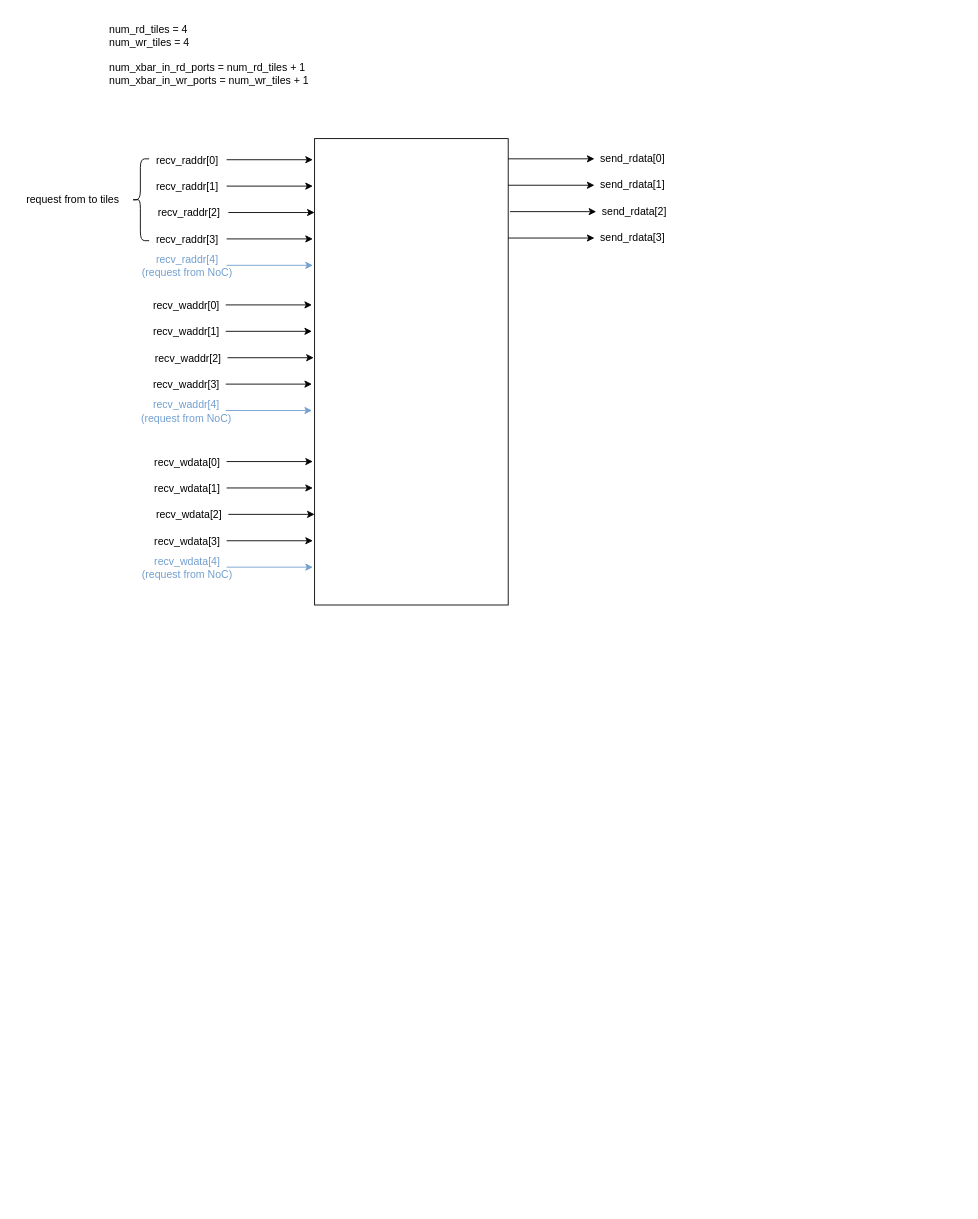
Before: page "DataMemWithCrossbarRTL" (10 of 10) of Untitled Diagram.drawio in yuqisun/notes, a draw.io diagram. Source tidied: cells renumbered, new cells numbered last; positions are measured from the earlier drawing's top-left corner, leaving out a move shared by most shapes. Both pictures are drawn from the tidied source at 88%, with x=0, y=0 at pixel (15, 15).
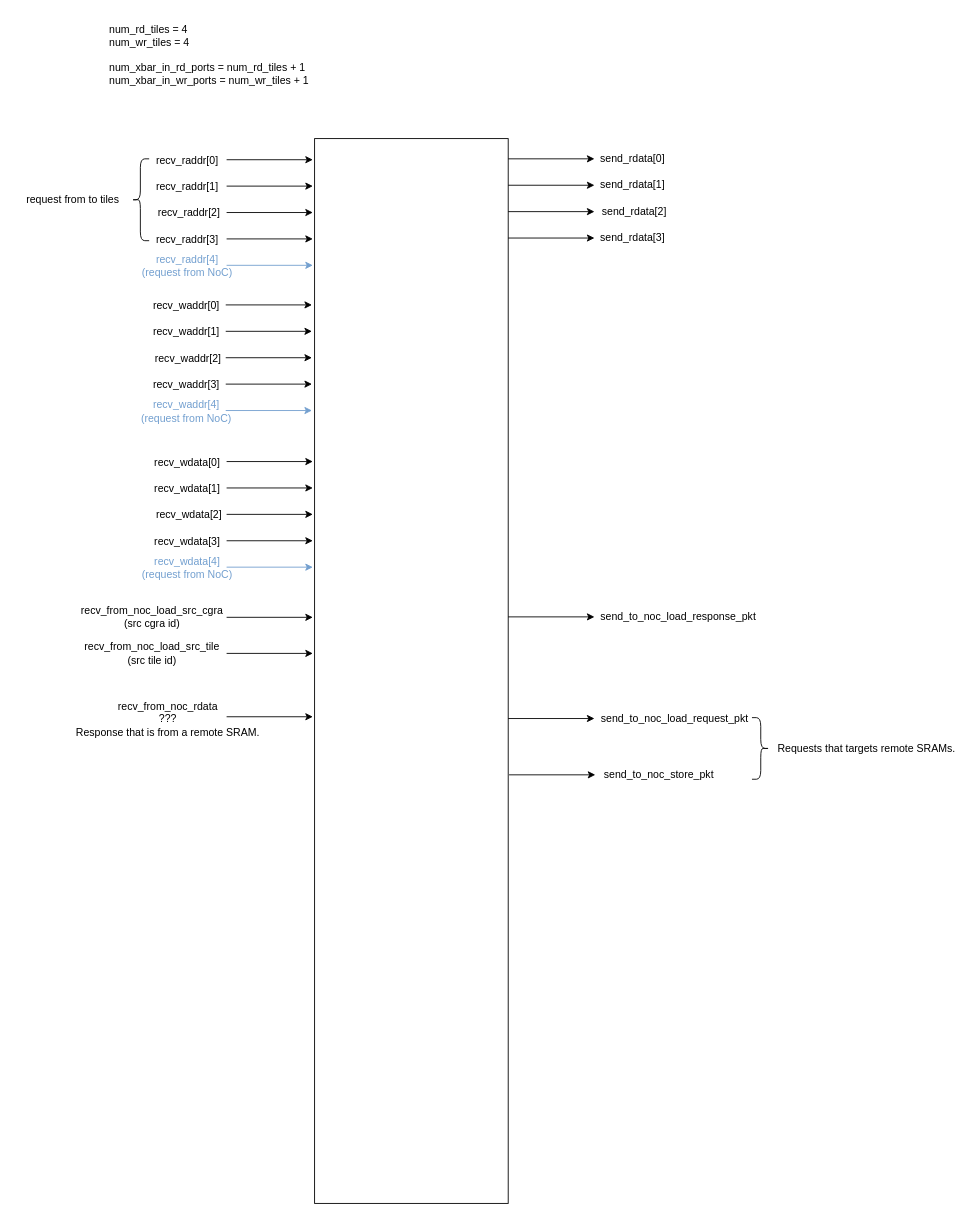
Above is the later version.

What changed in the source:
```diff
@@
     <mxCell id="3" style="rounded=0;whiteSpace=wrap;html=1;" parent="1" vertex="1">
-      <mxGeometry x="340" y="140" width="220" height="530" as="geometry" />
+      <mxGeometry x="340" y="140" width="220" height="1210" as="geometry" />
     </mxCell>
@@
     <mxCell id="7" style="endArrow=classic;html=1;rounded=0;entryX=-0.009;entryY=0.136;entryDx=0;entryDy=0;entryPerimeter=0;" parent="1" edge="1">
       <mxGeometry relative="1" as="geometry">
-        <mxPoint x="242" y="224" as="sourcePoint" />
-        <mxPoint x="340" y="224" as="targetPoint" />
+        <mxPoint x="240" y="224" as="sourcePoint" />
+        <mxPoint x="338" y="224" as="targetPoint" />
       </mxGeometry>
     </mxCell>
@@
     <mxCell id="19" style="endArrow=classic;html=1;rounded=0;entryX=-0.009;entryY=0.136;entryDx=0;entryDy=0;entryPerimeter=0;" parent="1" edge="1">
       <mxGeometry relative="1" as="geometry">
-        <mxPoint x="241" y="389" as="sourcePoint" />
-        <mxPoint x="339" y="389" as="targetPoint" />
+        <mxPoint x="239" y="389" as="sourcePoint" />
+        <mxPoint x="337" y="389" as="targetPoint" />
       </mxGeometry>
     </mxCell>
@@
     <mxCell id="29" style="endArrow=classic;html=1;rounded=0;entryX=-0.009;entryY=0.136;entryDx=0;entryDy=0;entryPerimeter=0;" parent="1" edge="1">
       <mxGeometry relative="1" as="geometry">
-        <mxPoint x="242" y="567" as="sourcePoint" />
-        <mxPoint x="340" y="567" as="targetPoint" />
+        <mxPoint x="240" y="567" as="sourcePoint" />
+        <mxPoint x="338" y="567" as="targetPoint" />
       </mxGeometry>
     </mxCell>
@@
     <mxCell id="39" style="endArrow=classic;html=1;rounded=0;entryX=-0.009;entryY=0.136;entryDx=0;entryDy=0;entryPerimeter=0;" parent="1" edge="1">
       <mxGeometry relative="1" as="geometry">
-        <mxPoint x="562" y="223" as="sourcePoint" />
-        <mxPoint x="660" y="223" as="targetPoint" />
+        <mxPoint x="560" y="223" as="sourcePoint" />
+        <mxPoint x="658" y="223" as="targetPoint" />
       </mxGeometry>
     </mxCell>
@@
+    <mxCell id="44" style="endArrow=classic;html=1;rounded=0;entryX=-0.009;entryY=0.136;entryDx=0;entryDy=0;entryPerimeter=0;" parent="1" edge="1">
+      <mxGeometry relative="1" as="geometry">
+        <mxPoint x="240" y="684" as="sourcePoint" />
+        <mxPoint x="338" y="684" as="targetPoint" />
+      </mxGeometry>
+    </mxCell>
+    <mxCell id="45" value="&lt;div&gt;recv_from_noc_load_src_cgra&lt;/div&gt;&lt;div&gt;(src cgra id)&lt;/div&gt;" style="text;html=1;align=center;verticalAlign=middle;strokeColor=none;fillColor=none;" parent="1" vertex="1">
+      <mxGeometry x="65" y="664" width="180" height="40" as="geometry" />
+    </mxCell>
+    <mxCell id="46" style="endArrow=classic;html=1;rounded=0;entryX=-0.009;entryY=0.136;entryDx=0;entryDy=0;entryPerimeter=0;" parent="1" edge="1">
+      <mxGeometry relative="1" as="geometry">
+        <mxPoint x="240" y="725" as="sourcePoint" />
+        <mxPoint x="338" y="725" as="targetPoint" />
+      </mxGeometry>
+    </mxCell>
+    <mxCell id="47" value="&lt;div&gt;recv_from_noc_load_src_tile&lt;/div&gt;&lt;div&gt;(src tile id)&lt;/div&gt;" style="text;html=1;align=center;verticalAlign=middle;strokeColor=none;fillColor=none;" parent="1" vertex="1">
+      <mxGeometry x="65" y="705" width="180" height="40" as="geometry" />
+    </mxCell>
+    <mxCell id="48" style="endArrow=classic;html=1;rounded=0;entryX=-0.009;entryY=0.136;entryDx=0;entryDy=0;entryPerimeter=0;" parent="1" edge="1">
+      <mxGeometry relative="1" as="geometry">
+        <mxPoint x="560" y="683.5" as="sourcePoint" />
+        <mxPoint x="658" y="683.5" as="targetPoint" />
+      </mxGeometry>
+    </mxCell>
+    <mxCell id="49" value="send_to_noc_load_response_pkt" style="text;html=1;align=center;verticalAlign=middle;strokeColor=none;fillColor=none;" parent="1" vertex="1">
+      <mxGeometry x="653" y="669" width="200" height="30" as="geometry" />
+    </mxCell>
+    <mxCell id="50" style="endArrow=classic;html=1;rounded=0;entryX=-0.009;entryY=0.136;entryDx=0;entryDy=0;entryPerimeter=0;" parent="1" edge="1">
+      <mxGeometry relative="1" as="geometry">
+        <mxPoint x="240" y="797" as="sourcePoint" />
+        <mxPoint x="338" y="797" as="targetPoint" />
+      </mxGeometry>
+    </mxCell>
+    <mxCell id="51" value="&lt;div&gt;recv_from_noc_rdata&lt;/div&gt;&lt;div&gt;???&lt;/div&gt;&lt;div&gt;Response that is from a remote SRAM.&lt;/div&gt;" style="text;html=1;align=center;verticalAlign=middle;strokeColor=none;fillColor=none;" parent="1" vertex="1">
+      <mxGeometry x="58" y="770" width="230" height="60" as="geometry" />
+    </mxCell>
+    <mxCell id="52" style="endArrow=classic;html=1;rounded=0;entryX=-0.009;entryY=0.136;entryDx=0;entryDy=0;entryPerimeter=0;" parent="1" edge="1">
+      <mxGeometry relative="1" as="geometry">
+        <mxPoint x="560" y="799" as="sourcePoint" />
+        <mxPoint x="658" y="799" as="targetPoint" />
+      </mxGeometry>
+    </mxCell>
+    <mxCell id="53" value="send_to_noc_load_request_pkt" style="text;html=1;align=center;verticalAlign=middle;strokeColor=none;fillColor=none;" parent="1" vertex="1">
+      <mxGeometry x="654" y="784" width="190" height="30" as="geometry" />
+    </mxCell>
+    <mxCell id="54" style="endArrow=classic;html=1;rounded=0;entryX=-0.009;entryY=0.136;entryDx=0;entryDy=0;entryPerimeter=0;" parent="1" edge="1">
+      <mxGeometry relative="1" as="geometry">
+        <mxPoint x="561" y="863" as="sourcePoint" />
+        <mxPoint x="659" y="863" as="targetPoint" />
+      </mxGeometry>
+    </mxCell>
+    <mxCell id="55" value="send_to_noc_store_pkt" style="text;html=1;align=center;verticalAlign=middle;strokeColor=none;fillColor=none;" parent="1" vertex="1">
+      <mxGeometry x="656" y="848" width="150" height="30" as="geometry" />
+    </mxCell>
+    <mxCell id="56" style="shape=curlyBracket;whiteSpace=wrap;html=1;rounded=1;flipH=1;labelPosition=right;verticalLabelPosition=middle;align=left;verticalAlign=middle;" parent="1" vertex="1">
+      <mxGeometry x="837" y="798" width="20" height="70" as="geometry" />
+    </mxCell>
+    <mxCell id="57" value="Requests that targets remote SRAMs." style="text;html=1;align=center;verticalAlign=middle;strokeColor=none;fillColor=none;" parent="1" vertex="1">
+      <mxGeometry x="857" y="818" width="220" height="30" as="geometry" />
+    </mxCell>
```
